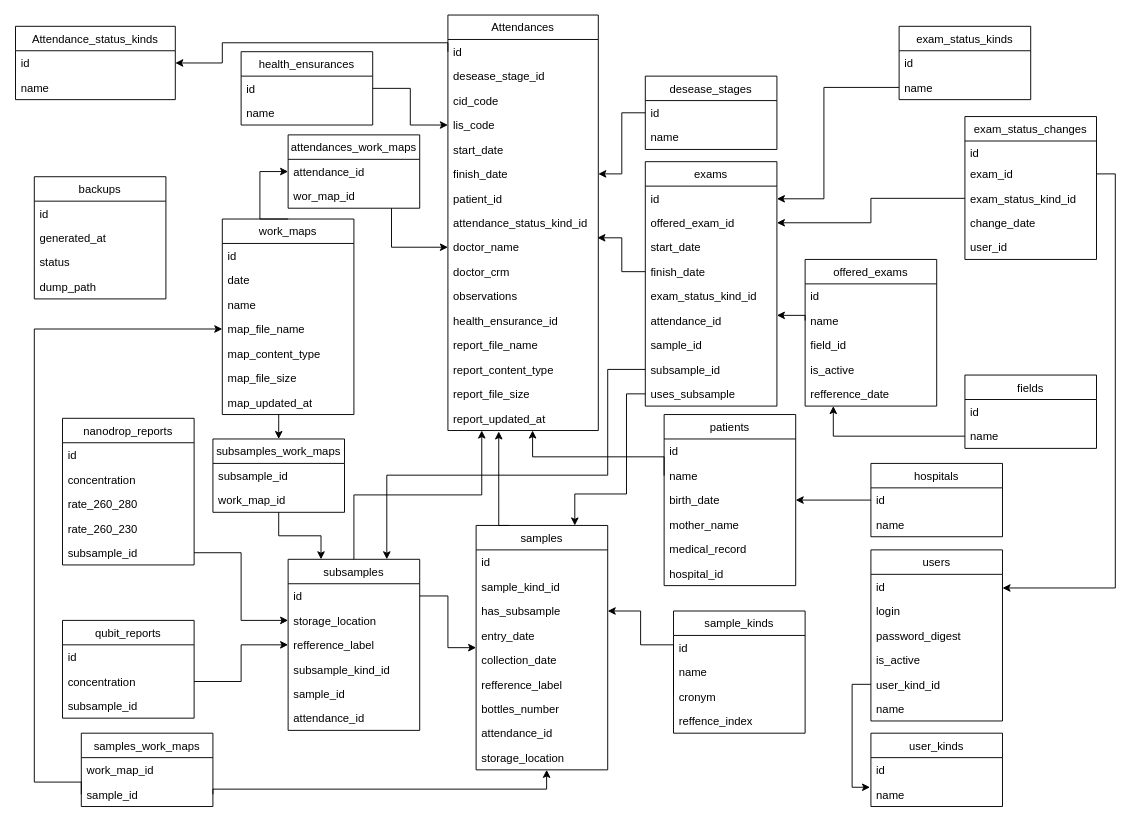
joaofelipe1294/genomico keeps this draw.io diagram as database.drawio. Above is the earlier version. Source tidied: cells renumbered, new cells numbered last; positions are measured from the earlier drawing's top-left corner, leaving out a move shared by most shapes. Both pictures are drawn from the tidied source at 94%, with x=0, y=0 at pixel (15, 14).
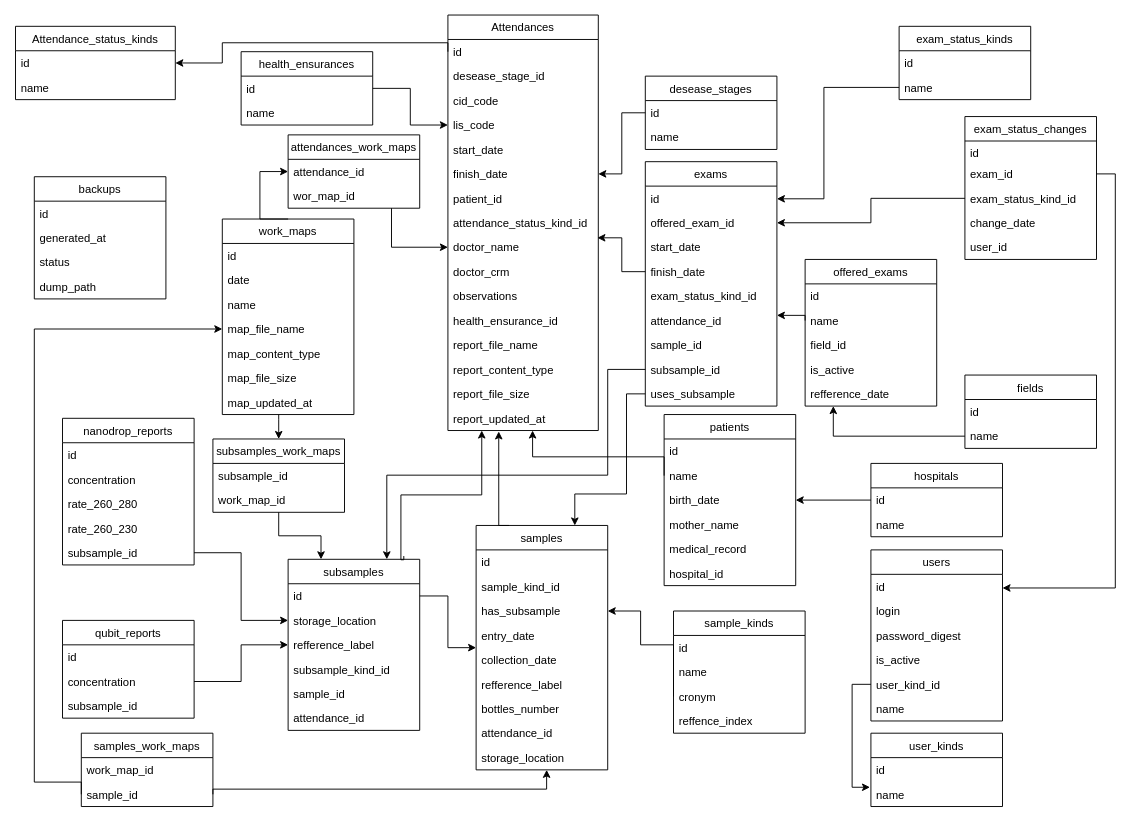
The same diagram, later.

The change refers to these unchanged cells:
```xml
<mxCell id="21" value="report_updated_at" style="text;strokeColor=none;fillColor=none;align=left;verticalAlign=top;spacingLeft=4;spacingRight=4;overflow=hidden;points=[[0,0.5],[1,0.5]];portConstraint=eastwest;" parent="5" vertex="1">
  <mxGeometry y="416" width="160" height="26" as="geometry" />
</mxCell>
<mxCell id="109" value="subsamples" style="swimlane;fontStyle=0;horizontal=1;startSize=26;fillColor=none;" parent="1" vertex="1">
  <mxGeometry x="290" y="579.5" width="140" height="182" as="geometry" />
</mxCell>
```

What changed in the source:
```diff
@@
-    <mxCell id="108" style="edgeStyle=orthogonalEdgeStyle;rounded=0;jettySize=auto;html=1;exitX=0.5;exitY=0;exitDx=0;exitDy=0;entryX=0.225;entryY=1;entryDx=0;entryDy=0;entryPerimeter=0;" parent="1" edge="1" source="109" target="21">
-      <mxGeometry relative="1" as="geometry" />
+    <mxCell id="108" style="edgeStyle=orthogonalEdgeStyle;rounded=0;jettySize=auto;html=1;exitX=0.879;exitY=-0.019;exitDx=0;exitDy=0;entryX=0.225;entryY=1;entryDx=0;entryDy=0;entryPerimeter=0;exitPerimeter=0;" parent="1" edge="1" source="109" target="21">
+      <mxGeometry relative="1" as="geometry">
+        <Array as="points">
+          <mxPoint x="413" y="580" />
+          <mxPoint x="410" y="580" />
+          <mxPoint x="410" y="511" />
+          <mxPoint x="496" y="511" />
+        </Array>
+      </mxGeometry>
     </mxCell>
```
